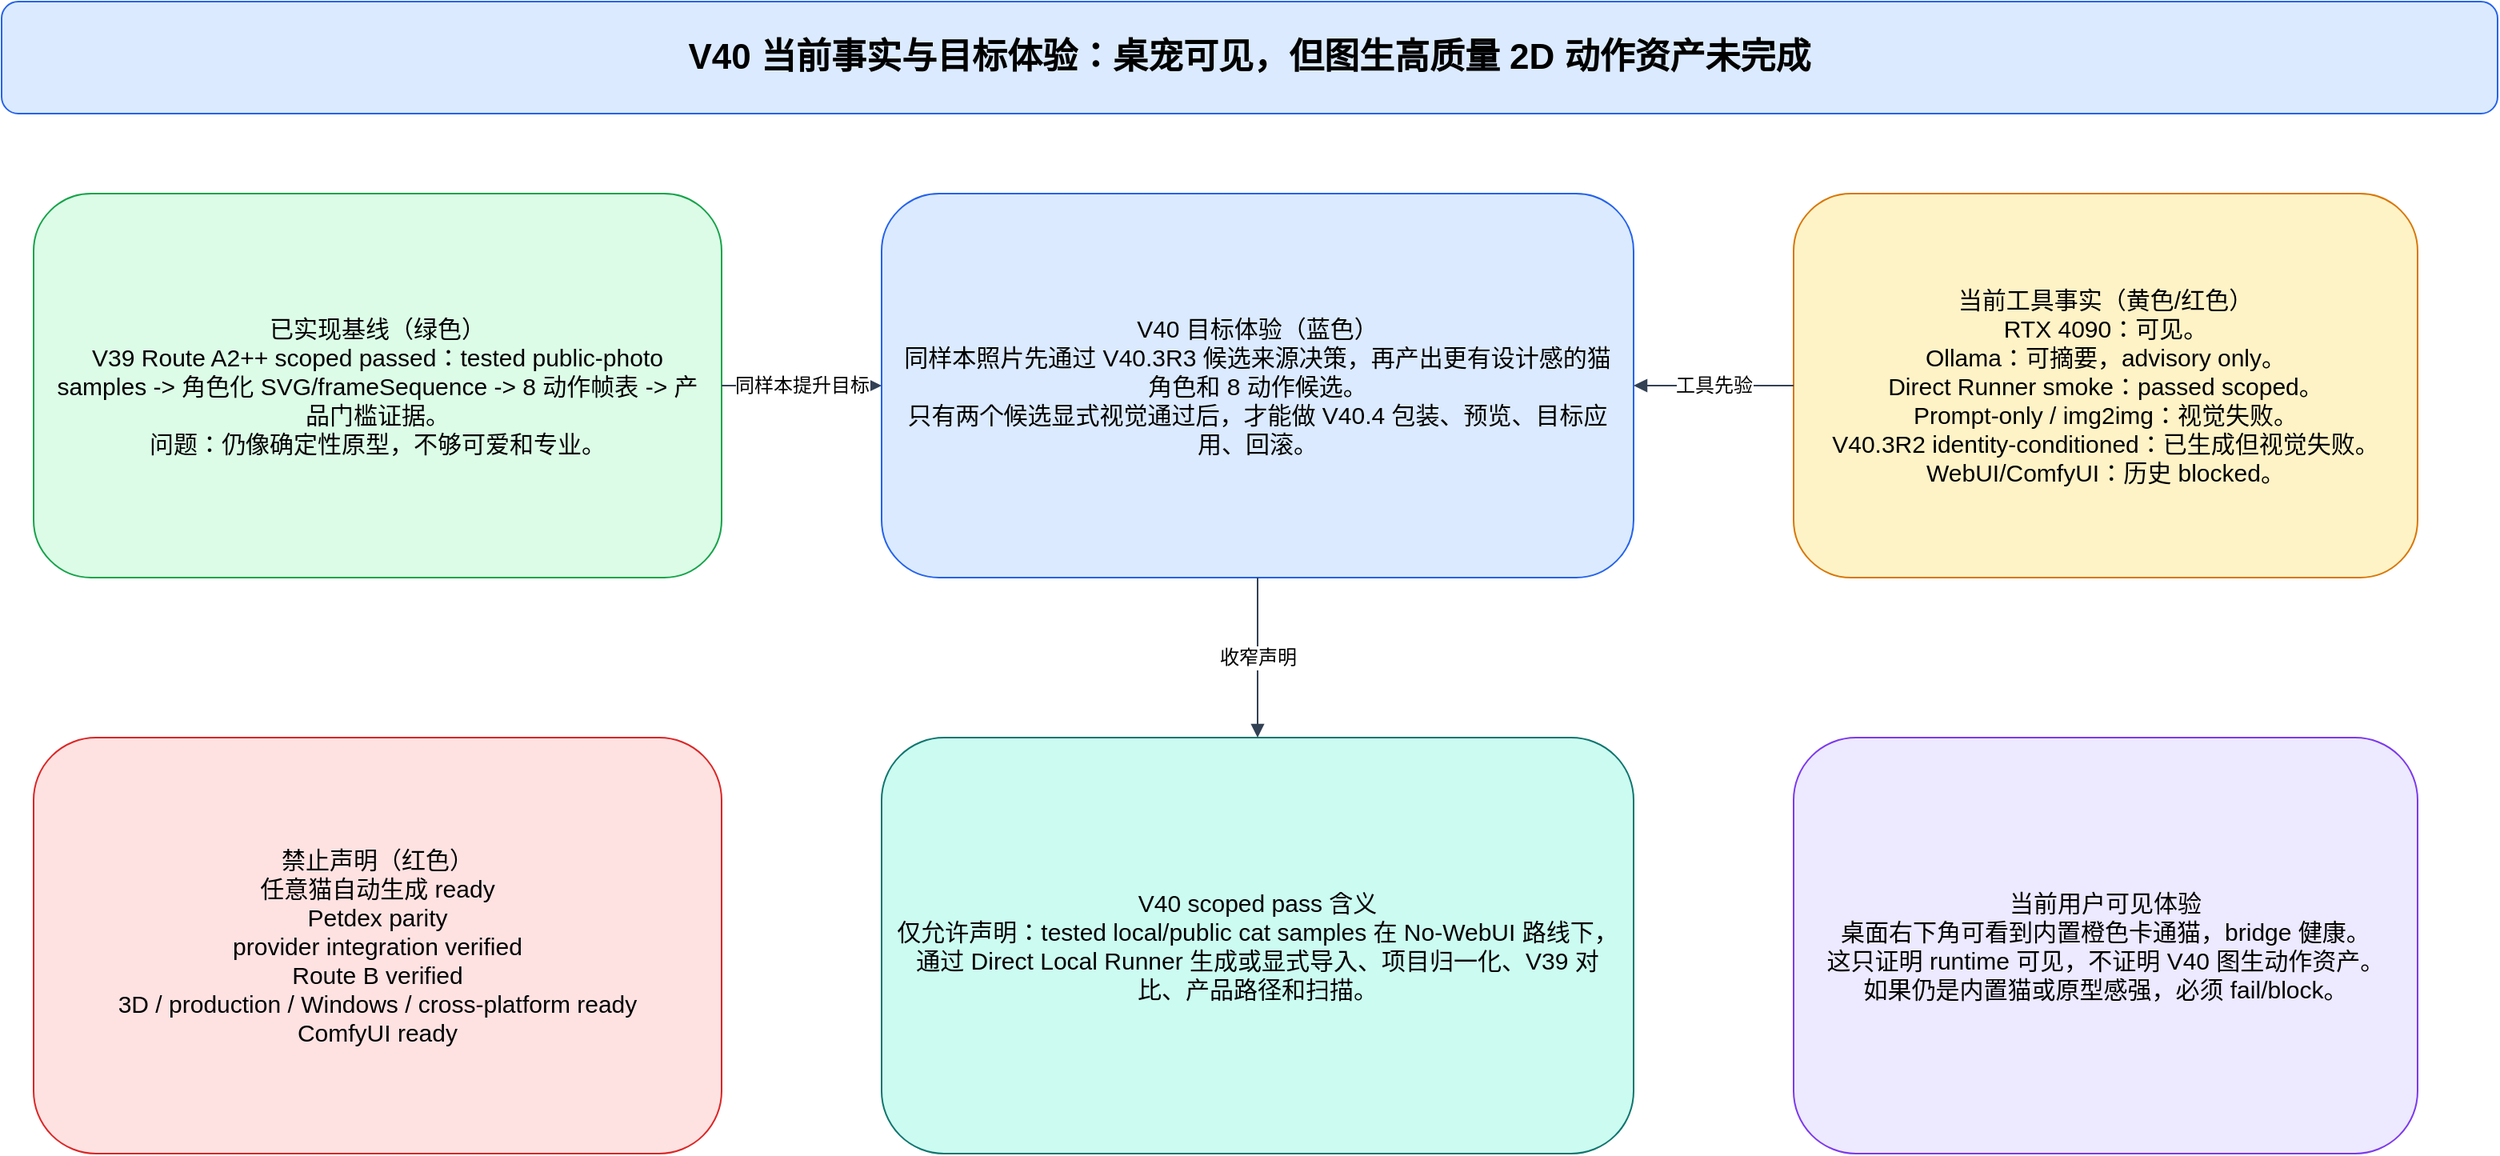
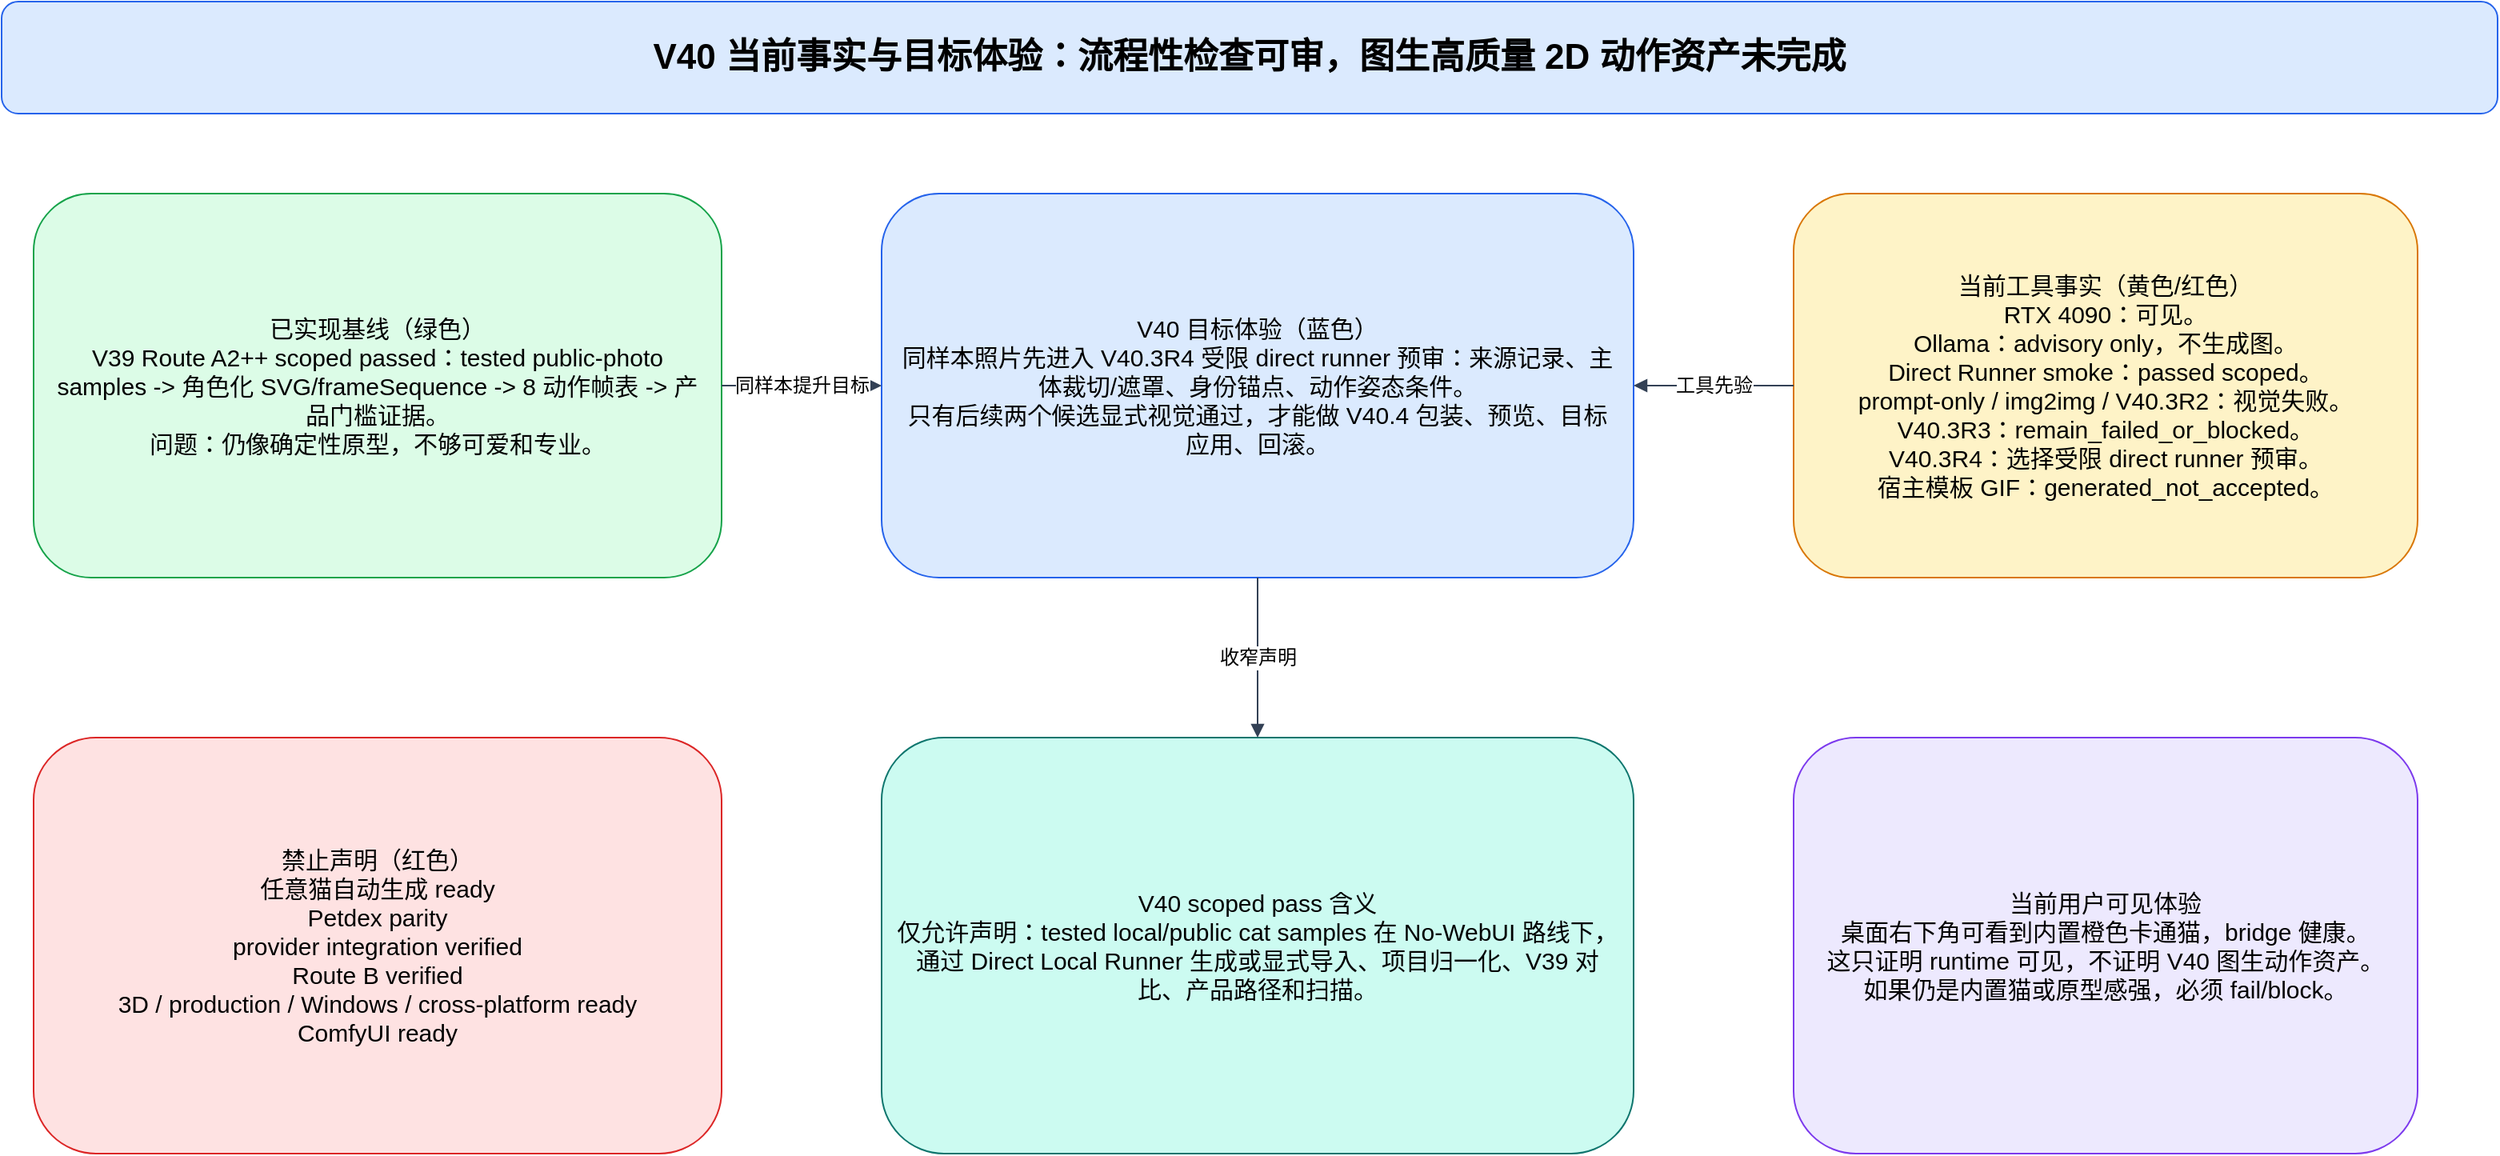
<mxfile host="Electron" agent="Codex" pages="8">
  <diagram id="1 V40目标体验与声明边界" name="1 V40目标体验与声明边界">
    <mxGraphModel dx="1400" dy="900" grid="1" gridSize="10" page="1" pageWidth="1700" pageHeight="1100">
      <root>
        <mxCell id="0" />
        <mxCell id="1" parent="0" />
-         <mxCell id="p1-title" value="V40 当前事实与目标体验：桌宠可见，但图生高质量 2D 动作资产未完成" style="rounded=1;whiteSpace=wrap;html=1;fillColor=#dbeafe;strokeColor=#2563eb;fontSize=22;fontStyle=1;spacing=10;" vertex="1" parent="1">
-           <mxGeometry x="70" y="40" width="1560" height="70" as="geometry" />
-         </mxCell>
-         <mxCell id="p1-v39" value="已实现基线（绿色）&#xa;V39 Route A2++ scoped passed：tested public-photo samples -&gt; 角色化 SVG/frameSequence -&gt; 8 动作帧表 -&gt; 产品门槛证据。&#xa;问题：仍像确定性原型，不够可爱和专业。" style="rounded=1;whiteSpace=wrap;html=1;fillColor=#dcfce7;strokeColor=#16a34a;fontSize=15;spacing=10;" vertex="1" parent="1">
+         <mxCell id="p1-title" value="V40 当前事实与目标体验：流程性检查可审，图生高质量 2D 动作资产未完成" style="rounded=1;whiteSpace=wrap;html=1;fillColor=#dbeafe;strokeColor=#2563eb;fontSize=22;fontStyle=1;spacing=10;" vertex="1" parent="1">
+           <mxGeometry x="70" y="40" width="1560" height="70" as="geometry" />
+         </mxCell>
+         <mxCell id="p1-v39" value="已实现基线（绿色）&#10;V39 Route A2++ scoped passed：tested public-photo samples -&gt; 角色化 SVG/frameSequence -&gt; 8 动作帧表 -&gt; 产品门槛证据。&#10;问题：仍像确定性原型，不够可爱和专业。" style="rounded=1;whiteSpace=wrap;html=1;fillColor=#dcfce7;strokeColor=#16a34a;fontSize=15;spacing=10;" vertex="1" parent="1">
          <mxGeometry x="90" y="160" width="430" height="240" as="geometry" />
        </mxCell>
-         <mxCell id="p1-target" value="V40 目标体验（蓝色）&#xa;同样本照片先通过 V40.3R3 候选来源决策，再产出更有设计感的猫角色和 8 动作候选。&#xa;只有两个候选显式视觉通过后，才能做 V40.4 包装、预览、目标应用、回滚。" style="rounded=1;whiteSpace=wrap;html=1;fillColor=#dbeafe;strokeColor=#2563eb;fontSize=15;spacing=10;" vertex="1" parent="1">
+         <mxCell id="p1-target" value="V40 目标体验（蓝色）&#10;同样本照片先进入 V40.3R4 受限 direct runner 预审：来源记录、主体裁切/遮罩、身份锚点、动作姿态条件。&#10;只有后续两个候选显式视觉通过，才能做 V40.4 包装、预览、目标应用、回滚。" style="rounded=1;whiteSpace=wrap;html=1;fillColor=#dbeafe;strokeColor=#2563eb;fontSize=15;spacing=10;" vertex="1" parent="1">
          <mxGeometry x="620" y="160" width="470" height="240" as="geometry" />
        </mxCell>
-         <mxCell id="p1-tools" value="当前工具事实（黄色/红色）&#xa;RTX 4090：可见。&#xa;Ollama：可摘要，advisory only。&#xa;Direct Runner smoke：passed scoped。&#xa;Prompt-only / img2img：视觉失败。&#xa;V40.3R2 identity-conditioned：已生成但视觉失败。&#xa;WebUI/ComfyUI：历史 blocked。" style="rounded=1;whiteSpace=wrap;html=1;fillColor=#fef3c7;strokeColor=#d97706;fontSize=15;spacing=10;" vertex="1" parent="1">
+         <mxCell id="p1-tools" value="当前工具事实（黄色/红色）&#10;RTX 4090：可见。&#10;Ollama：advisory only，不生成图。&#10;Direct Runner smoke：passed scoped。&#10;prompt-only / img2img / V40.3R2：视觉失败。&#10;V40.3R3：remain_failed_or_blocked。&#10;V40.3R4：选择受限 direct runner 预审。&#10;宿主模板 GIF：generated_not_accepted。" style="rounded=1;whiteSpace=wrap;html=1;fillColor=#fef3c7;strokeColor=#d97706;fontSize=15;spacing=10;" vertex="1" parent="1">
          <mxGeometry x="1190" y="160" width="390" height="240" as="geometry" />
        </mxCell>
-         <mxCell id="p1-no" value="禁止声明（红色）&#xa;任意猫自动生成 ready&#xa;Petdex parity&#xa;provider integration verified&#xa;Route B verified&#xa;3D / production / Windows / cross-platform ready&#xa;ComfyUI ready" style="rounded=1;whiteSpace=wrap;html=1;fillColor=#fee2e2;strokeColor=#dc2626;fontSize=15;spacing=10;" vertex="1" parent="1">
+         <mxCell id="p1-no" value="禁止声明（红色）&#10;任意猫自动生成 ready&#10;Petdex parity&#10;provider integration verified&#10;Route B verified&#10;3D / production / Windows / cross-platform ready&#10;ComfyUI ready" style="rounded=1;whiteSpace=wrap;html=1;fillColor=#fee2e2;strokeColor=#dc2626;fontSize=15;spacing=10;" vertex="1" parent="1">
          <mxGeometry x="90" y="500" width="430" height="260" as="geometry" />
        </mxCell>
-         <mxCell id="p1-pass" value="V40 scoped pass 含义&#xa;仅允许声明：tested local/public cat samples 在 No-WebUI 路线下，通过 Direct Local Runner 生成或显式导入、项目归一化、V39 对比、产品路径和扫描。" style="rounded=1;whiteSpace=wrap;html=1;fillColor=#ccfbf1;strokeColor=#0f766e;fontSize=15;spacing=10;" vertex="1" parent="1">
+         <mxCell id="p1-pass" value="V40 scoped pass 含义&#10;仅允许声明：tested local/public cat samples 在 No-WebUI 路线下，通过 Direct Local Runner 生成或显式导入、项目归一化、V39 对比、产品路径和扫描。" style="rounded=1;whiteSpace=wrap;html=1;fillColor=#ccfbf1;strokeColor=#0f766e;fontSize=15;spacing=10;" vertex="1" parent="1">
          <mxGeometry x="620" y="500" width="470" height="260" as="geometry" />
        </mxCell>
-         <mxCell id="p1-user" value="当前用户可见体验&#xa;桌面右下角可看到内置橙色卡通猫，bridge 健康。&#xa;这只证明 runtime 可见，不证明 V40 图生动作资产。&#xa;如果仍是内置猫或原型感强，必须 fail/block。" style="rounded=1;whiteSpace=wrap;html=1;fillColor=#ede9fe;strokeColor=#7c3aed;fontSize=15;spacing=10;" vertex="1" parent="1">
+         <mxCell id="p1-user" value="当前用户可见体验&#10;桌面右下角可看到内置橙色卡通猫，bridge 健康。&#10;这只证明 runtime 可见，不证明 V40 图生动作资产。&#10;如果仍是内置猫或原型感强，必须 fail/block。" style="rounded=1;whiteSpace=wrap;html=1;fillColor=#ede9fe;strokeColor=#7c3aed;fontSize=15;spacing=10;" vertex="1" parent="1">
          <mxGeometry x="1190" y="500" width="390" height="260" as="geometry" />
        </mxCell>
        <mxCell id="p1-e1" value="同样本提升目标" style="edgeStyle=orthogonalEdgeStyle;html=1;strokeColor=#334155;fontSize=12;endArrow=block;endFill=1;" edge="1" parent="1" source="p1-v39" target="p1-target">
          <mxGeometry relative="1" as="geometry" />
        </mxCell>
        <mxCell id="p1-e2" value="工具先验" style="edgeStyle=orthogonalEdgeStyle;html=1;strokeColor=#334155;fontSize=12;endArrow=block;endFill=1;" edge="1" parent="1" source="p1-tools" target="p1-target">
          <mxGeometry relative="1" as="geometry" />
        </mxCell>
        <mxCell id="p1-e3" value="收窄声明" style="edgeStyle=orthogonalEdgeStyle;html=1;strokeColor=#334155;fontSize=12;endArrow=block;endFill=1;" edge="1" parent="1" source="p1-target" target="p1-pass">
          <mxGeometry relative="1" as="geometry" />
        </mxCell>
      </root>
    </mxGraphModel>
  </diagram>
  <diagram id="2 当前架构与目标差异" name="2 当前架构与目标差异">
    <mxGraphModel dx="1653" dy="842" grid="1" gridSize="10" guides="1" tooltips="1" connect="1" arrows="1" fold="1" page="1" pageScale="1" pageWidth="1700" pageHeight="1100" math="0" shadow="0">
      <root>
        <mxCell id="0" />
        <mxCell id="1" parent="0" />
-         <mxCell id="p2-title" parent="1" style="rounded=1;whiteSpace=wrap;html=1;fillColor=#dbeafe;strokeColor=#2563eb;fontSize=22;fontStyle=1;spacing=10;" value="当前架构与 V40.3R3 候选来源决策差异" vertex="1">
+         <mxCell id="p2-title" parent="1" style="rounded=1;whiteSpace=wrap;html=1;fillColor=#dbeafe;strokeColor=#2563eb;fontSize=22;fontStyle=1;spacing=10;" value="当前架构与 V40.3R4 受限 direct runner 差异" vertex="1">
          <mxGeometry height="70" width="1560" x="70" y="40" as="geometry" />
        </mxCell>
-         <mxCell id="p2-current" parent="1" style="rounded=1;whiteSpace=wrap;html=1;fillColor=#dcfce7;strokeColor=#16a34a;fontSize=15;spacing=10;" value="已实现/已通过（绿色）&#xa;v39-characterized-action-assets.ts：V39 fallback。&#xa;v40-direct-local-runner.ts：V40.1A runner readiness passed scoped。&#xa;v40-no-webui-workflow-contract.ts：V40.2 safe contract passed scoped。" vertex="1">
+         <mxCell id="p2-current" parent="1" style="rounded=1;whiteSpace=wrap;html=1;fillColor=#dcfce7;strokeColor=#16a34a;fontSize=15;spacing=10;" value="已实现/已通过（绿色）&#10;v39-characterized-action-assets.ts：V39 fallback。&#10;v40-direct-local-runner.ts：V40.1A runner readiness passed scoped。&#10;v40-no-webui-workflow-contract.ts：V40.2 safe contract passed scoped。" vertex="1">
          <mxGeometry height="260" width="440" x="90" y="160" as="geometry" />
        </mxCell>
-         <mxCell id="p2-blocked" parent="1" style="rounded=1;whiteSpace=wrap;html=1;fillColor=#fee2e2;strokeColor=#dc2626;fontSize=15;spacing=10;" value="已失败/阻塞（红色）&#xa;v40_3_candidate_generation_smoke：prompt-only 视觉失败。&#xa;v40_3r_img2img_recovery_smoke：img2img 视觉失败。&#xa;v40_3r2_identity_conditioned_repair_smoke：生成候选但视觉失败。&#xa;V40.4-V40.7 No-Go。" vertex="1">
+         <mxCell id="p2-blocked" parent="1" style="rounded=1;whiteSpace=wrap;html=1;fillColor=#fee2e2;strokeColor=#dc2626;fontSize=15;spacing=10;" value="已失败/阻塞（红色）&#10;v40_3_candidate_generation_smoke：prompt-only 视觉失败。&#10;v40_3r_img2img_recovery_smoke：img2img 视觉失败。&#10;v40_3r2_identity_conditioned_repair_smoke：生成候选但视觉失败。&#10;V40.4-V40.7 No-Go。" vertex="1">
          <mxGeometry height="260" width="440" x="620" y="160" as="geometry" />
        </mxCell>
-         <mxCell id="p2-target" parent="1" style="rounded=1;whiteSpace=wrap;html=1;fillColor=#dbeafe;strokeColor=#2563eb;fontSize=15;spacing=10;" value="V40.3R3 待闭环（蓝色）&#xa;先决定候选来源：accepted manual/import、materially different direct runner，或 failed/blocked。&#xa;导入必须已有同样本来源、授权、视觉验收证据。&#xa;仍需编排、候选适配、质量门槛和产品门槛。" vertex="1">
+         <mxCell id="p2-target" parent="1" style="rounded=1;whiteSpace=wrap;html=1;fillColor=#dbeafe;strokeColor=#2563eb;fontSize=15;spacing=10;" value="V40.3R4 待闭环（蓝色）&#10;已选择 new_direct_runner_route_allowed。&#10;必须先证明：SourceAndLicenseRecord、SubjectMaskAndCropPlan、IdentityAnchorPack、ActionPoseConditionPack、DirectDiffusersFrameRunner、CandidateQualityReview。&#10;任一缺失则 blocked/failed。" vertex="1">
          <mxGeometry height="260" width="430" x="360" y="500" as="geometry" />
        </mxCell>
-         <mxCell id="p2-gates" parent="1" style="rounded=1;whiteSpace=wrap;html=1;fillColor=#ccfbf1;strokeColor=#0f766e;fontSize=15;spacing=10;" value="项目内验收边界（青色）&#xa;所有 direct-runner/导入候选都必须进入项目内安全引用、8 动作覆盖、非 transform-only、同样本 V39 对比、产品 preview/apply/rollback、claim/security scan。" vertex="1">
+         <mxCell id="p2-gates" parent="1" style="rounded=1;whiteSpace=wrap;html=1;fillColor=#ccfbf1;strokeColor=#0f766e;fontSize=15;spacing=10;" value="项目内验收边界（青色）&#10;所有 direct-runner/导入候选都必须进入项目内安全引用、8 动作覆盖、非 transform-only、同样本 V39 对比、产品 preview/apply/rollback、claim/security scan。" vertex="1">
          <mxGeometry height="210" width="980" x="350" y="820" as="geometry" />
        </mxCell>
        <mxCell id="p2-e1" edge="1" parent="1" source="p2-current" style="edgeStyle=orthogonalEdgeStyle;html=1;strokeColor=#334155;fontSize=12;endArrow=block;endFill=1;" target="p2-target" value="基线复用">
          <mxGeometry relative="1" as="geometry" />
        </mxCell>
        <mxCell id="p2-e2" edge="1" parent="1" source="p2-blocked" style="edgeStyle=orthogonalEdgeStyle;html=1;strokeColor=#dc2626;fontSize=12;endArrow=block;endFill=1;" target="p2-target" value="替换主线">
          <mxGeometry relative="1" as="geometry" />
        </mxCell>
        <mxCell id="p2-e3" edge="1" parent="1" source="p2-target" style="edgeStyle=orthogonalEdgeStyle;html=1;strokeColor=#334155;fontSize=12;endArrow=block;endFill=1;" target="p2-gates" value="统一验收">
          <mxGeometry relative="1" as="geometry" />
        </mxCell>
      </root>
    </mxGraphModel>
  </diagram>
  <diagram id="3 目标架构分层" name="3 目标架构分层">
    <mxGraphModel dx="1653" dy="842" grid="1" gridSize="10" guides="1" tooltips="1" connect="1" arrows="1" fold="1" page="1" pageScale="1" pageWidth="1700" pageHeight="1100" math="0" shadow="0">
      <root>
        <mxCell id="0" />
        <mxCell id="1" parent="0" />
-         <mxCell id="p3-title" parent="1" style="rounded=1;whiteSpace=wrap;html=1;fillColor=#dbeafe;strokeColor=#2563eb;fontSize=22;fontStyle=1;spacing=10;" value="V40.3R3 目标架构：失败路线隔离，候选来源先决策再进入质量门槛" vertex="1">
+         <mxCell id="p3-title" parent="1" style="rounded=1;whiteSpace=wrap;html=1;fillColor=#dbeafe;strokeColor=#2563eb;fontSize=22;fontStyle=1;spacing=10;" value="V40 目标架构：R4 冻结路线，R5/R6 通过后才进入 V40.4" vertex="1">
          <mxGeometry height="70" width="1560" x="70" y="40" as="geometry" />
        </mxCell>
-         <mxCell id="p3-source" parent="1" style="rounded=1;whiteSpace=wrap;html=1;fillColor=#dcfce7;strokeColor=#16a34a;fontSize=15;spacing=10;" value="输入层&#xa;PhotoSafetyIntake&#xa;- tested sample id&#xa;- safe sourceRef&#xa;- consent boundary&#xa;- no raw photo in evidence" vertex="1">
+         <mxCell id="p3-source" parent="1" style="rounded=1;whiteSpace=wrap;html=1;fillColor=#dcfce7;strokeColor=#16a34a;fontSize=15;spacing=10;" value="输入层&#10;PhotoSafetyIntake&#10;- tested sample id&#10;- safe sourceRef&#10;- consent boundary&#10;- no raw photo in evidence" vertex="1">
          <mxGeometry height="230" width="300" x="90" y="170" as="geometry" />
        </mxCell>
-         <mxCell id="p3-webui" parent="1" style="rounded=1;whiteSpace=wrap;html=1;fillColor=#fef3c7;strokeColor=#d97706;fontSize=15;spacing=10;" value="工具层（部分通过）&#xa;DirectLocalModelRunner&#xa;- readiness passed scoped&#xa;- prompt-only failed&#xa;- img2img failed&#xa;- V40.3R2 generated but failed visual review&#xa;V40.3R3 必须先决定下一候选来源。" vertex="1">
+         <mxCell id="p3-webui" parent="1" style="rounded=1;whiteSpace=wrap;html=1;fillColor=#fef3c7;strokeColor=#d97706;fontSize=15;spacing=10;" value="工具层（部分通过/失败隔离）&#10;DirectLocalModelRunner readiness passed scoped。&#10;prompt-only、img2img、V40.3R2 均视觉失败。&#10;V40.3R4 已选受限 direct runner。&#10;V40.3R5 先预审模型/控制/样本。&#10;V40.3R6 再生成候选帧并人审。" vertex="1">
          <mxGeometry height="230" width="300" x="470" y="170" as="geometry" />
        </mxCell>
-         <mxCell id="p3-ollama" parent="1" style="rounded=1;whiteSpace=wrap;html=1;fillColor=#fef3c7;strokeColor=#d97706;fontSize=15;spacing=10;" value="辅助层（advisory）&#xa;OllamaPromptReviewAdapter&#xa;- prompt suggestions&#xa;- rubric notes&#xa;- review summary&#xa;- never approves alone&#xa;- 不替代视觉证据" vertex="1">
+         <mxCell id="p3-ollama" parent="1" style="rounded=1;whiteSpace=wrap;html=1;fillColor=#fef3c7;strokeColor=#d97706;fontSize=15;spacing=10;" value="辅助层（advisory）&#10;OllamaPromptReviewAdapter&#10;- prompt suggestions&#10;- rubric notes&#10;- review summary&#10;- never approves alone&#10;- 不替代视觉证据" vertex="1">
          <mxGeometry height="230" width="300" x="1320" y="170" as="geometry" />
        </mxCell>
-         <mxCell id="p3-project" parent="1" style="rounded=1;whiteSpace=wrap;html=1;fillColor=#dbeafe;strokeColor=#2563eb;fontSize=15;spacing=10;" value="项目质量层（No-Go 前置）&#xa;HybridAssetNormalizationGate&#xa;HybridVisualPreferenceGate&#xa;只有两个 visually accepted same-sample candidates 才能进入。&#xa;检查 8 actions、identity、V39/V40 compare。" vertex="1">
+         <mxCell id="p3-project" parent="1" style="rounded=1;whiteSpace=wrap;html=1;fillColor=#dbeafe;strokeColor=#2563eb;fontSize=15;spacing=10;" value="项目质量层（No-Go 前置）&#10;CandidateSourceReplanGate&#10;HybridAssetNormalizationGate&#10;HybridVisualPreferenceGate&#10;只有两个 visually accepted same-sample candidates 才能进入 V40.4。&#10;检查 8 actions、identity、V39/V40 compare。" vertex="1">
          <mxGeometry height="230" width="300" x="910" y="170" as="geometry" />
        </mxCell>
-         <mxCell id="p3-product" parent="1" style="rounded=1;whiteSpace=wrap;html=1;fillColor=#ccfbf1;strokeColor=#0f766e;fontSize=15;spacing=10;" value="产品层（待解锁）&#xa;HybridPreviewApplyRollbackGate&#xa;- preview&#xa;- target-only apply&#xa;- rollback&#xa;- preserve active pack&#xa;当前未接入 V40 accepted assets。" vertex="1">
+         <mxCell id="p3-product" parent="1" style="rounded=1;whiteSpace=wrap;html=1;fillColor=#ccfbf1;strokeColor=#0f766e;fontSize=15;spacing=10;" value="产品层（待解锁）&#10;HybridPreviewApplyRollbackGate&#10;- preview&#10;- target-only apply&#10;- rollback&#10;- preserve active pack&#10;当前未接入 V40 accepted assets。" vertex="1">
          <mxGeometry height="220" width="300" x="910" y="510" as="geometry" />
        </mxCell>
-         <mxCell id="p3-evidence" parent="1" style="rounded=1;whiteSpace=wrap;html=1;fillColor=#ede9fe;strokeColor=#7c3aed;fontSize=15;spacing=10;" value="证据层（紫色）&#xa;scripts/v40_*.mjs + docs/V40.x/evidence&#xa;- command results&#xa;- screenshots/report&#xa;- scans&#xa;- scoped decision" vertex="1">
+         <mxCell id="p3-evidence" parent="1" style="rounded=1;whiteSpace=wrap;html=1;fillColor=#ede9fe;strokeColor=#7c3aed;fontSize=15;spacing=10;" value="证据层（紫色）&#10;scripts/v40_*.mjs + docs/V40.x/evidence&#10;- command results&#10;- screenshots/report&#10;- scans&#10;- scoped decision" vertex="1">
          <mxGeometry height="220" width="300" x="480" y="510" as="geometry" />
        </mxCell>
        <mxCell id="p3-e1" edge="1" parent="1" source="p3-source" style="edgeStyle=orthogonalEdgeStyle;html=1;strokeColor=#334155;fontSize=12;endArrow=block;endFill=1;" target="p3-webui" value="样本绑定">
          <mxGeometry relative="1" as="geometry" />
        </mxCell>
        <mxCell id="p3-e2" edge="1" parent="1" source="p3-webui" style="edgeStyle=orthogonalEdgeStyle;html=1;strokeColor=#334155;fontSize=12;endArrow=block;endFill=1;" target="p3-project" value="候选生成">
          <mxGeometry relative="1" as="geometry" />
        </mxCell>
        <mxCell id="p3-e3" edge="1" parent="1" source="p3-ollama" style="edgeStyle=orthogonalEdgeStyle;html=1;strokeColor=#d97706;fontSize=12;endArrow=block;endFill=1;" target="p3-project" value="辅助评审">
          <mxGeometry relative="1" as="geometry" />
        </mxCell>
        <mxCell id="p3-e4" edge="1" parent="1" source="p3-project" style="edgeStyle=orthogonalEdgeStyle;html=1;strokeColor=#334155;fontSize=12;endArrow=block;endFill=1;" target="p3-product" value="通过后产品化">
          <mxGeometry relative="1" as="geometry" />
        </mxCell>
        <mxCell id="p3-e5" edge="1" parent="1" source="p3-product" style="edgeStyle=orthogonalEdgeStyle;html=1;strokeColor=#7c3aed;fontSize=12;endArrow=block;endFill=1;" target="p3-evidence" value="全程证据">
          <mxGeometry relative="1" as="geometry" />
        </mxCell>
      </root>
    </mxGraphModel>
  </diagram>
  <diagram id="4 单照片到动作资产技术路径" name="4 单照片到动作资产技术路径">
    <mxGraphModel dx="1400" dy="900" grid="1" gridSize="10" page="1" pageWidth="1700" pageHeight="1100">
      <root>
        <mxCell id="0" />
        <mxCell id="1" parent="0" />
-         <mxCell id="p4-title" value="单照片到 2D 动作资产：当前失败链路与 V40.3R3 候选来源路径" style="rounded=1;whiteSpace=wrap;html=1;fillColor=#dbeafe;strokeColor=#2563eb;fontSize=22;fontStyle=1;spacing=10;" vertex="1" parent="1">
-           <mxGeometry x="70" y="40" width="1560" height="70" as="geometry" />
-         </mxCell>
-         <mxCell id="p4-s1" value="1 安全输入&#xa;tested sample 或 explicit local user sample。&#xa;只记录 sampleId / safe sourceRef。" style="rounded=1;whiteSpace=wrap;html=1;fillColor=#dcfce7;strokeColor=#16a34a;fontSize=15;spacing=10;" vertex="1" parent="1">
+         <mxCell id="p4-title" value="单照片到 2D 动作资产：不是整图变形，而是先理解猫再生成动作帧" style="rounded=1;whiteSpace=wrap;html=1;fillColor=#dbeafe;strokeColor=#2563eb;fontSize=22;fontStyle=1;spacing=10;" vertex="1" parent="1">
+           <mxGeometry x="70" y="40" width="1560" height="70" as="geometry" />
+         </mxCell>
+         <mxCell id="p4-s1" value="1 输入照片 / 样本&#10;输入：真实 tested cat photo 或已授权本地样本。&#10;输出：sampleId + safe sourceRef。&#10;失败：来源/授权不清楚则 blocked。" style="rounded=1;whiteSpace=wrap;html=1;fillColor=#dcfce7;strokeColor=#16a34a;fontSize=15;spacing=10;" vertex="1" parent="1">
          <mxGeometry x="90" y="160" width="260" height="170" as="geometry" />
        </mxCell>
-         <mxCell id="p4-s2" value="2 V39 基线&#xa;读取同样本 V39 character/contact sheet/preview refs。&#xa;作为比较对象，不作 V40 通过证据。" style="rounded=1;whiteSpace=wrap;html=1;fillColor=#dcfce7;strokeColor=#16a34a;fontSize=15;spacing=10;" vertex="1" parent="1">
+         <mxCell id="p4-s2" value="2 同样本 V39 基线&#10;输入：sampleId。&#10;输出：V39 character/contact sheet/preview refs。&#10;用途：后续 V40 必须比它更好；V39 不是 V40 通过证据。" style="rounded=1;whiteSpace=wrap;html=1;fillColor=#dcfce7;strokeColor=#16a34a;fontSize=15;spacing=10;" vertex="1" parent="1">
          <mxGeometry x="420" y="160" width="260" height="170" as="geometry" />
        </mxCell>
-         <mxCell id="p4-s3" value="3 Direct Local Runner&#xa;V40.1A readiness passed scoped。&#xa;它只证明依赖、GPU、模型摘要和安全输出目录，不证明动作资产质量。" style="rounded=1;whiteSpace=wrap;html=1;fillColor=#fef3c7;strokeColor=#d97706;fontSize=15;spacing=10;" vertex="1" parent="1">
+         <mxCell id="p4-s3" value="3 猫主体理解&#10;输入：照片。&#10;输出：SubjectMaskAndCropPlan。&#10;目的：隔离猫身体和轮廓，避免把整张背景图当贴纸扭动。" style="rounded=1;whiteSpace=wrap;html=1;fillColor=#fef3c7;strokeColor=#d97706;fontSize=15;spacing=10;" vertex="1" parent="1">
          <mxGeometry x="750" y="160" width="260" height="170" as="geometry" />
        </mxCell>
-         <mxCell id="p4-s4" value="4 已尝试候选生成&#xa;prompt-only：失败。&#xa;img2img：失败。&#xa;identity-conditioned：V40.3R2 修复后生成，但视觉失败。&#xa;V40.3R3 只能选择可信新来源或保持 failed/blocked。" style="rounded=1;whiteSpace=wrap;html=1;fillColor=#fee2e2;strokeColor=#dc2626;fontSize=15;spacing=10;" vertex="1" parent="1">
+         <mxCell id="p4-s4" value="4 身份锚点 + 动作姿态&#10;输出：IdentityAnchorPack（花色/脸型/比例/尾巴/耳朵）&#10;输出：ActionPoseConditionPack。&#10;V40 资产动作固定：idle/walk/jump/sleep/eat/play/alert/celebrate。&#10;产品状态动作必须映射到这些资产动作。" style="rounded=1;whiteSpace=wrap;html=1;fillColor=#fee2e2;strokeColor=#dc2626;fontSize=15;spacing=10;" vertex="1" parent="1">
          <mxGeometry x="1080" y="160" width="260" height="170" as="geometry" />
        </mxCell>
-         <mxCell id="p4-s5" value="5 Ollama 辅助&#xa;生成 prompt/rubric/review 摘要。&#xa;不能审批资产，不能替代截图或人审。" style="rounded=1;whiteSpace=wrap;html=1;fillColor=#fef3c7;strokeColor=#d97706;fontSize=15;spacing=10;" vertex="1" parent="1">
+         <mxCell id="p4-s5" value="5 本地直接生成&#10;DirectDiffusersFrameRunner 使用本地模型组件。&#10;禁止：WebUI、ComfyUI、云 provider、Ollama 生成图。&#10;Ollama 只可生成 prompt/rubric/review 摘要。" style="rounded=1;whiteSpace=wrap;html=1;fillColor=#fef3c7;strokeColor=#d97706;fontSize=15;spacing=10;" vertex="1" parent="1">
          <mxGeometry x="1410" y="160" width="220" height="170" as="geometry" />
        </mxCell>
-         <mxCell id="p4-s6" value="6 归一化包装（No-Go）&#xa;HybridAssetNormalizationGate 输出安全 manifest / frameSequence。&#xa;当前无 visually accepted V40 candidates，不能启动。" style="rounded=1;whiteSpace=wrap;html=1;fillColor=#dbeafe;strokeColor=#2563eb;fontSize=15;spacing=10;" vertex="1" parent="1">
+         <mxCell id="p4-s6" value="6 候选帧序列&#10;输出：CandidateFrameSequence，按动作保存安全 refs/thumbnails/manifest summary。&#10;不是：单张漂亮图、整图 transform、模板 GIF。" style="rounded=1;whiteSpace=wrap;html=1;fillColor=#dbeafe;strokeColor=#2563eb;fontSize=15;spacing=10;" vertex="1" parent="1">
          <mxGeometry x="260" y="510" width="300" height="190" as="geometry" />
        </mxCell>
-         <mxCell id="p4-s7" value="7 同样本质量比较&#xa;HybridVisualPreferenceGate 比较 V40 vs V39：身份、可爱度、动作语义、小尺寸可读性。" style="rounded=1;whiteSpace=wrap;html=1;fillColor=#dbeafe;strokeColor=#2563eb;fontSize=15;spacing=10;" vertex="1" parent="1">
+         <mxCell id="p4-s7" value="7 质量审查 + V39 对比&#10;CandidateQualityReview 检查：同猫身份、动作可读、小尺寸可爱度、伪影、安全。&#10;V39SameSampleComparison：必须优于同样本 V39。" style="rounded=1;whiteSpace=wrap;html=1;fillColor=#dbeafe;strokeColor=#2563eb;fontSize=15;spacing=10;" vertex="1" parent="1">
          <mxGeometry x="700" y="510" width="300" height="190" as="geometry" />
        </mxCell>
-         <mxCell id="p4-s8" value="8 产品与报告&#xa;HybridPreviewApplyRollbackGate + 中文 HTML。&#xa;通过才可 scoped；否则 blocked/failed。" style="rounded=1;whiteSpace=wrap;html=1;fillColor=#ccfbf1;strokeColor=#0f766e;fontSize=15;spacing=10;" vertex="1" parent="1">
+         <mxCell id="p4-s8" value="8 产品包装（仍 No-Go）&#10;V40.3R5 预审通过 + V40.3R6 两个同样本候选视觉通过后，才能进入 V40.4 包装、preview/apply/rollback、中文 HTML。&#10;否则 failed/blocked。" style="rounded=1;whiteSpace=wrap;html=1;fillColor=#ccfbf1;strokeColor=#0f766e;fontSize=15;spacing=10;" vertex="1" parent="1">
          <mxGeometry x="1140" y="510" width="300" height="190" as="geometry" />
        </mxCell>
      </root>
    </mxGraphModel>
  </diagram>
  <diagram id="5 代码实体与数据流" name="5 代码实体与数据流">
    <mxGraphModel dx="1400" dy="900" grid="1" gridSize="10" page="1" pageWidth="1700" pageHeight="1100">
      <root>
        <mxCell id="0" />
        <mxCell id="1" parent="0" />
-         <mxCell id="p5-title" value="V40 代码实体与数据流：已通过合同、失败候选、待修复门槛" style="rounded=1;whiteSpace=wrap;html=1;fillColor=#dbeafe;strokeColor=#2563eb;fontSize=22;fontStyle=1;spacing=10;" vertex="1" parent="1">
-           <mxGeometry x="70" y="40" width="1560" height="70" as="geometry" />
-         </mxCell>
-         <mxCell id="p5-v39" value="已实现复用&#xa;v39-characterized-action-assets.ts&#xa;V39 same-sample baseline / fallback。&#xa;不得把 V39 当成 V40 高质量图生结果。" style="rounded=1;whiteSpace=wrap;html=1;fillColor=#dcfce7;strokeColor=#16a34a;fontSize=15;spacing=10;" vertex="1" parent="1">
+         <mxCell id="p5-title" value="V40 代码实体与数据流：从照片到候选动作帧的审计链路" style="rounded=1;whiteSpace=wrap;html=1;fillColor=#dbeafe;strokeColor=#2563eb;fontSize=22;fontStyle=1;spacing=10;" vertex="1" parent="1">
+           <mxGeometry x="70" y="40" width="1560" height="70" as="geometry" />
+         </mxCell>
+         <mxCell id="p5-v39" value="已实现复用&#10;v39-characterized-action-assets.ts&#10;提供 same-sample V39 baseline / fallback。&#10;角色：比较对象和回退，不是 V40 生成结果。" style="rounded=1;whiteSpace=wrap;html=1;fillColor=#dcfce7;strokeColor=#16a34a;fontSize=15;spacing=10;" vertex="1" parent="1">
          <mxGeometry x="90" y="150" width="350" height="210" as="geometry" />
        </mxCell>
-         <mxCell id="p5-orch" value="已实现合同 / 待编排&#xa;v40-no-webui-workflow-contract.ts passed scoped。&#xa;仍需 LocalImageCandidateOrchestrator 绑定 sampleId、baselineV39Ref、route、runId、reasonCodes。" style="rounded=1;whiteSpace=wrap;html=1;fillColor=#dbeafe;strokeColor=#2563eb;fontSize=15;spacing=10;" vertex="1" parent="1">
+         <mxCell id="p5-orch" value="待编排控制器&#10;LocalImageCandidateOrchestrator&#10;绑定 sampleId、baselineV39Ref、route、runId、reasonCodes。&#10;拒绝无 source/mask/identity/action 预审的运行。" style="rounded=1;whiteSpace=wrap;html=1;fillColor=#dbeafe;strokeColor=#2563eb;fontSize=15;spacing=10;" vertex="1" parent="1">
          <mxGeometry x="500" y="150" width="350" height="210" as="geometry" />
        </mxCell>
-         <mxCell id="p5-webui" value="部分已实现 / 当前失败&#xa;v40-direct-local-runner.ts：readiness passed。&#xa;scripts/v40_direct_runner_generate_candidates.py：prompt-only failed。&#xa;scripts/v40_direct_runner_img2img_candidates.py：img2img failed。&#xa;scripts/v40_direct_runner_ip_adapter_candidates.py：V40.3R2 generated but visual failed。" style="rounded=1;whiteSpace=wrap;html=1;fillColor=#fef3c7;strokeColor=#d97706;fontSize=15;spacing=10;" vertex="1" parent="1">
+         <mxCell id="p5-webui" value="输入与预审实体&#10;PhotoSafetyIntake&#10;SourceAndLicenseRecord&#10;SubjectMaskAndCropPlan&#10;IdentityAnchorPack&#10;ActionPoseConditionPack&#10;作用：让模型知道是哪只猫、做什么动作。" style="rounded=1;whiteSpace=wrap;html=1;fillColor=#fef3c7;strokeColor=#d97706;fontSize=15;spacing=10;" vertex="1" parent="1">
          <mxGeometry x="910" y="150" width="350" height="210" as="geometry" />
        </mxCell>
-         <mxCell id="p5-ollama" value="待新增&#xa;v40-ollama-prompt-review.ts&#xa;OllamaPromptReviewAdapter&#xa;只输出 advisory summary，不能设置 accepted。" style="rounded=1;whiteSpace=wrap;html=1;fillColor=#fef3c7;strokeColor=#d97706;fontSize=15;spacing=10;" vertex="1" parent="1">
+         <mxCell id="p5-ollama" value="生成与文本辅助&#10;DirectDiffusersFrameRunner：本地模型帧生成。&#10;OllamaPromptReviewAdapter：advisory only，只给文本建议。&#10;禁止：WebUI/ComfyUI/云 provider/Ollama 生图。" style="rounded=1;whiteSpace=wrap;html=1;fillColor=#fef3c7;strokeColor=#d97706;fontSize=15;spacing=10;" vertex="1" parent="1">
          <mxGeometry x="1320" y="150" width="280" height="210" as="geometry" />
        </mxCell>
-         <mxCell id="p5-gates" value="待解锁&#xa;v40-hybrid-normalization.ts + v40-hybrid-visual-preference.ts&#xa;进入条件：两个 same-sample candidates 视觉通过。&#xa;检查 safe refs、8 actions、identity、not transform-only、better_than_v39。" style="rounded=1;whiteSpace=wrap;html=1;fillColor=#dbeafe;strokeColor=#2563eb;fontSize=15;spacing=10;" vertex="1" parent="1">
+         <mxCell id="p5-gates" value="输出与质量门&#10;CandidateFrameSequence：动作帧候选。&#10;CandidateQualityReview：拒绝身份漂移、照片卡、动作弱、伪影。&#10;V39SameSampleComparison：必须优于 V39。" style="rounded=1;whiteSpace=wrap;html=1;fillColor=#dbeafe;strokeColor=#2563eb;fontSize=15;spacing=10;" vertex="1" parent="1">
          <mxGeometry x="300" y="510" width="470" height="210" as="geometry" />
        </mxCell>
-         <mxCell id="p5-product" value="待解锁&#xa;v40-product-preview-apply-rollback.ts + settings UI anchors&#xa;只接收 accepted candidates。&#xa;当前桌宠可运行但仍是内置橙色猫，不是 V40 应用结果。" style="rounded=1;whiteSpace=wrap;html=1;fillColor=#ccfbf1;strokeColor=#0f766e;fontSize=15;spacing=10;" vertex="1" parent="1">
+         <mxCell id="p5-product" value="产品路径（待解锁）&#10;HybridAssetNormalizationGate + preview/apply/rollback。&#10;进入条件：V40.3R5 预审通过，V40.3R6 至少两个 same-sample 候选显式视觉通过。&#10;当前内置橙色猫只证明 runtime 可见。" style="rounded=1;whiteSpace=wrap;html=1;fillColor=#ccfbf1;strokeColor=#0f766e;fontSize=15;spacing=10;" vertex="1" parent="1">
          <mxGeometry x="910" y="510" width="470" height="210" as="geometry" />
        </mxCell>
-         <mxCell id="p5-e1" value="baseline refs" style="edgeStyle=orthogonalEdgeStyle;html=1;strokeColor=#334155;fontSize=12;endArrow=block;endFill=1;" edge="1" parent="1" source="p5-v39" target="p5-orch">
-           <mxGeometry relative="1" as="geometry" />
-         </mxCell>
-         <mxCell id="p5-e2" value="run request" style="edgeStyle=orthogonalEdgeStyle;html=1;strokeColor=#334155;fontSize=12;endArrow=block;endFill=1;" edge="1" parent="1" source="p5-orch" target="p5-webui">
-           <mxGeometry relative="1" as="geometry" />
-         </mxCell>
-         <mxCell id="p5-e3" value="advisory review" style="edgeStyle=orthogonalEdgeStyle;html=1;strokeColor=#d97706;fontSize=12;endArrow=block;endFill=1;" edge="1" parent="1" source="p5-ollama" target="p5-gates">
-           <mxGeometry relative="1" as="geometry" />
-         </mxCell>
-         <mxCell id="p5-e4" value="candidate refs" style="edgeStyle=orthogonalEdgeStyle;html=1;strokeColor=#334155;fontSize=12;endArrow=block;endFill=1;" edge="1" parent="1" source="p5-webui" target="p5-gates">
-           <mxGeometry relative="1" as="geometry" />
-         </mxCell>
-         <mxCell id="p5-e5" value="accepted only" style="edgeStyle=orthogonalEdgeStyle;html=1;strokeColor=#334155;fontSize=12;endArrow=block;endFill=1;" edge="1" parent="1" source="p5-gates" target="p5-product">
+         <mxCell id="p5-e1" value="safe source + sampleId" style="edgeStyle=orthogonalEdgeStyle;html=1;strokeColor=#334155;fontSize=12;endArrow=block;endFill=1;" edge="1" parent="1" source="p5-v39" target="p5-orch">
+           <mxGeometry relative="1" as="geometry" />
+         </mxCell>
+         <mxCell id="p5-e2" value="mask + identity + action controls" style="edgeStyle=orthogonalEdgeStyle;html=1;strokeColor=#334155;fontSize=12;endArrow=block;endFill=1;" edge="1" parent="1" source="p5-orch" target="p5-webui">
+           <mxGeometry relative="1" as="geometry" />
+         </mxCell>
+         <mxCell id="p5-e3" value="local generated frame refs" style="edgeStyle=orthogonalEdgeStyle;html=1;strokeColor=#d97706;fontSize=12;endArrow=block;endFill=1;" edge="1" parent="1" source="p5-ollama" target="p5-gates">
+           <mxGeometry relative="1" as="geometry" />
+         </mxCell>
+         <mxCell id="p5-e4" value="quality review + V39 comparison" style="edgeStyle=orthogonalEdgeStyle;html=1;strokeColor=#334155;fontSize=12;endArrow=block;endFill=1;" edge="1" parent="1" source="p5-webui" target="p5-gates">
+           <mxGeometry relative="1" as="geometry" />
+         </mxCell>
+         <mxCell id="p5-e5" value="only accepted candidates enter product gate" style="edgeStyle=orthogonalEdgeStyle;html=1;strokeColor=#334155;fontSize=12;endArrow=block;endFill=1;" edge="1" parent="1" source="p5-gates" target="p5-product">
          <mxGeometry relative="1" as="geometry" />
        </mxCell>
      </root>
    </mxGraphModel>
  </diagram>
  <diagram id="6 开发及阶段验收计划" name="6 开发及阶段验收计划">
    <mxGraphModel dx="1400" dy="900" grid="1" gridSize="10" page="1" pageWidth="1700" pageHeight="1100">
      <root>
        <mxCell id="0" />
        <mxCell id="1" parent="0" />
-         <mxCell id="p6-title" value="V40 开发及阶段验收计划：当前进入 V40.3R3 候选来源决策门槛" style="rounded=1;whiteSpace=wrap;html=1;fillColor=#dbeafe;strokeColor=#2563eb;fontSize=22;fontStyle=1;spacing=10;" vertex="1" parent="1">
-           <mxGeometry x="70" y="40" width="1560" height="70" as="geometry" />
-         </mxCell>
-         <mxCell id="p6-1" value="V40.1 已完成&#xa;ComfyUI blocked baseline。&#xa;出门：保留 evidence，不作为 readiness。" style="rounded=1;whiteSpace=wrap;html=1;fillColor=#fee2e2;strokeColor=#dc2626;fontSize=14;spacing=10;" vertex="1" parent="1">
+         <mxCell id="p6-title" value="V40 开发及阶段验收计划：R4 文档路线 -&gt; R5 预审 -&gt; R6 候选生成 -&gt; V40.4" style="rounded=1;whiteSpace=wrap;html=1;fillColor=#dbeafe;strokeColor=#2563eb;fontSize=22;fontStyle=1;spacing=10;" vertex="1" parent="1">
+           <mxGeometry x="70" y="40" width="1560" height="70" as="geometry" />
+         </mxCell>
+         <mxCell id="p6-1" value="V40.1 已完成&#10;ComfyUI blocked baseline。&#10;出门：保留 evidence，不作为 readiness。" style="rounded=1;whiteSpace=wrap;html=1;fillColor=#fee2e2;strokeColor=#dc2626;fontSize=14;spacing=10;" vertex="1" parent="1">
          <mxGeometry x="80" y="150" width="250" height="160" as="geometry" />
        </mxCell>
-         <mxCell id="p6-1a" value="V40.1A Direct Runner smoke&#xa;passed scoped：验证项目自有 runner、GPU、依赖、模型摘要、安全输出目录。&#xa;不证明生成质量。" style="rounded=1;whiteSpace=wrap;html=1;fillColor=#dcfce7;strokeColor=#16a34a;fontSize=14;spacing=10;" vertex="1" parent="1">
+         <mxCell id="p6-1a" value="V40.1A Direct Runner smoke&#10;passed scoped：验证项目自有 runner、GPU、依赖、模型摘要、安全输出目录。&#10;不证明生成质量。" style="rounded=1;whiteSpace=wrap;html=1;fillColor=#dcfce7;strokeColor=#16a34a;fontSize=14;spacing=10;" vertex="1" parent="1">
          <mxGeometry x="390" y="150" width="250" height="160" as="geometry" />
        </mxCell>
-         <mxCell id="p6-2" value="V40.2 合同&#xa;passed scoped：No-WebUI run request、candidate summary、reason codes、safe refs。&#xa;出门：安全单测。" style="rounded=1;whiteSpace=wrap;html=1;fillColor=#dcfce7;strokeColor=#16a34a;fontSize=14;spacing=10;" vertex="1" parent="1">
+         <mxCell id="p6-2" value="V40.2 合同&#10;passed scoped：No-WebUI run request、candidate summary、reason codes、safe refs。&#10;出门：安全单测。" style="rounded=1;whiteSpace=wrap;html=1;fillColor=#dcfce7;strokeColor=#16a34a;fontSize=14;spacing=10;" vertex="1" parent="1">
          <mxGeometry x="700" y="150" width="250" height="160" as="geometry" />
        </mxCell>
-         <mxCell id="p6-3" value="V40.3 / V40.3R / V40.3R2&#xa;failed/blocked：prompt-only failed；img2img failed；identity-conditioned generated but visual failed。&#xa;不能进入 V40.4。" style="rounded=1;whiteSpace=wrap;html=1;fillColor=#fee2e2;strokeColor=#dc2626;fontSize=14;spacing=10;" vertex="1" parent="1">
+         <mxCell id="p6-3" value="V40.3 / V40.3R / V40.3R2&#10;failed/blocked：prompt-only failed；img2img failed；identity-conditioned generated but visual failed。&#10;不能进入 V40.4。" style="rounded=1;whiteSpace=wrap;html=1;fillColor=#fee2e2;strokeColor=#dc2626;fontSize=14;spacing=10;" vertex="1" parent="1">
          <mxGeometry x="1010" y="150" width="250" height="160" as="geometry" />
        </mxCell>
-         <mxCell id="p6-4" value="V40.3R3 当前门槛&#xa;文档先闭环：accepted manual/import、materially different runner，或 failed/blocked。&#xa;import fallback 只有在来源/授权/视觉验收证据齐全时启用。&#xa;出门：PRD/架构/drawio/scans 一致，且不虚假解锁 V40.4。" style="rounded=1;whiteSpace=wrap;html=1;fillColor=#fef3c7;strokeColor=#d97706;fontSize=14;spacing=10;" vertex="1" parent="1">
+         <mxCell id="p6-4" value="V40.3R4 当前门槛&#10;文档已选择受限 direct runner。&#10;出门：PRD/架构/drawio/scans 一致。&#10;不能生成资产，不能解锁 V40.4。&#10;下一步必须进入 V40.3R5 预开发审计。" style="rounded=1;whiteSpace=wrap;html=1;fillColor=#fef3c7;strokeColor=#d97706;fontSize=14;spacing=10;" vertex="1" parent="1">
          <mxGeometry x="1320" y="150" width="250" height="160" as="geometry" />
        </mxCell>
-         <mxCell id="p6-5" value="V40.4 包装与质量（No-Go）&#xa;安全 manifest / 8 actions / V39 comparison / non-transform-only。&#xa;进入条件：两个视觉通过候选。" style="rounded=1;whiteSpace=wrap;html=1;fillColor=#dbeafe;strokeColor=#2563eb;fontSize=14;spacing=10;" vertex="1" parent="1">
+         <mxCell id="p6-5" value="V40.3R5 预开发审计&#10;证明：source/license、sample matrix、local model/control、mask/crop、identity anchors、action pose controls、安全 runner、visual rubric。&#10;还必须记录动作映射：product states -&gt; V40 asset actions。&#10;缺一项即 blocked/failed。" style="rounded=1;whiteSpace=wrap;html=1;fillColor=#dbeafe;strokeColor=#2563eb;fontSize=14;spacing=10;" vertex="1" parent="1">
          <mxGeometry x="390" y="500" width="280" height="170" as="geometry" />
        </mxCell>
-         <mxCell id="p6-6" value="V40.5 产品路径（No-Go）&#xa;preview、target-only apply、rollback；失败不污染 active pack。&#xa;进入条件：V40.4 passed。" style="rounded=1;whiteSpace=wrap;html=1;fillColor=#ccfbf1;strokeColor=#0f766e;fontSize=14;spacing=10;" vertex="1" parent="1">
+         <mxCell id="p6-6" value="V40.3R6 候选帧生成&#10;只在 R5 passed 后执行。&#10;输出 CandidateFrameSequence + CandidateQualityReview + V39SameSampleComparison。&#10;两个同样本视觉通过才允许 V40.4。" style="rounded=1;whiteSpace=wrap;html=1;fillColor=#ccfbf1;strokeColor=#0f766e;fontSize=14;spacing=10;" vertex="1" parent="1">
          <mxGeometry x="710" y="500" width="280" height="170" as="geometry" />
        </mxCell>
-         <mxCell id="p6-7" value="V40.6 / V40.7（No-Go）&#xa;中文 HTML、截图、V39/V40 对比、全量 baseline、PRD/spec review、claim/security scan。&#xa;进入条件：V40.5 passed。" style="rounded=1;whiteSpace=wrap;html=1;fillColor=#ede9fe;strokeColor=#7c3aed;fontSize=14;spacing=10;" vertex="1" parent="1">
+         <mxCell id="p6-7" value="V40.4-V40.7（No-Go）&#10;V40.4 包装与 8 动作覆盖；V40.5 preview/apply/rollback；V40.6 中文 HTML；V40.7 final gate。&#10;进入条件：R6 两个视觉通过候选。" style="rounded=1;whiteSpace=wrap;html=1;fillColor=#ede9fe;strokeColor=#7c3aed;fontSize=14;spacing=10;" vertex="1" parent="1">
          <mxGeometry x="1030" y="500" width="280" height="170" as="geometry" />
        </mxCell>
      </root>
    </mxGraphModel>
  </diagram>
  <diagram id="7 项目里程碑与风险闭环" name="7 项目里程碑与风险闭环">
    <mxGraphModel dx="1400" dy="900" grid="1" gridSize="10" page="1" pageWidth="1700" pageHeight="1100">
      <root>
        <mxCell id="0" />
        <mxCell id="1" parent="0" />
        <mxCell id="p7-title" value="V40 项目里程碑与风险闭环：已失败路线不能被当成通过路线" style="rounded=1;whiteSpace=wrap;html=1;fillColor=#dbeafe;strokeColor=#2563eb;fontSize=22;fontStyle=1;spacing=10;" vertex="1" parent="1">
          <mxGeometry x="70" y="40" width="1560" height="70" as="geometry" />
        </mxCell>
-         <mxCell id="p7-m1" value="M1 已完成/需同步&#xa;PRD/架构/计划/验收/drawio 全部指向 V40 no-WebUI。&#xa;本轮修订重点：同步 V40.3R2 failed 与 V40.3R3 候选来源门槛。" style="rounded=1;whiteSpace=wrap;html=1;fillColor=#dbeafe;strokeColor=#2563eb;fontSize=15;spacing=10;" vertex="1" parent="1">
+         <mxCell id="p7-m1" value="M1 已完成/需同步&#10;PRD/架构/计划/验收/drawio 全部指向 V40 no-WebUI。&#10;本轮修订重点：同步 V40.3R2 failed 与 V40.3R4 候选来源门槛。" style="rounded=1;whiteSpace=wrap;html=1;fillColor=#dbeafe;strokeColor=#2563eb;fontSize=15;spacing=10;" vertex="1" parent="1">
          <mxGeometry x="90" y="160" width="340" height="190" as="geometry" />
        </mxCell>
-         <mxCell id="p7-m2" value="M2 Direct Runner readiness&#xa;passed scoped。&#xa;风险已暴露：模型/路线不适合动作资产，不能把 readiness 当质量通过。" style="rounded=1;whiteSpace=wrap;html=1;fillColor=#dcfce7;strokeColor=#16a34a;fontSize=15;spacing=10;" vertex="1" parent="1">
+         <mxCell id="p7-m2" value="M2 Direct Runner readiness&#10;passed scoped。&#10;风险已暴露：模型/路线不适合动作资产，不能把 readiness 当质量通过。" style="rounded=1;whiteSpace=wrap;html=1;fillColor=#dcfce7;strokeColor=#16a34a;fontSize=15;spacing=10;" vertex="1" parent="1">
          <mxGeometry x="500" y="160" width="340" height="190" as="geometry" />
        </mxCell>
-         <mxCell id="p7-m3" value="M3 候选质量提升&#xa;当前 failed/blocked。&#xa;prompt-only 与 img2img 未达目标体验；identity-conditioned 修复后仍视觉失败。&#xa;下一步是 V40.3R3 选择可信候选来源。" style="rounded=1;whiteSpace=wrap;html=1;fillColor=#fee2e2;strokeColor=#dc2626;fontSize=15;spacing=10;" vertex="1" parent="1">
+         <mxCell id="p7-m3" value="M3 候选质量提升&#10;当前 failed/blocked。&#10;prompt-only、img2img、V40.3R2 均未达目标体验。&#10;V40.3R4 选择受限 direct runner，但只能先做预审，不能声明资产 ready。" style="rounded=1;whiteSpace=wrap;html=1;fillColor=#fee2e2;strokeColor=#dc2626;fontSize=15;spacing=10;" vertex="1" parent="1">
          <mxGeometry x="910" y="160" width="340" height="190" as="geometry" />
        </mxCell>
-         <mxCell id="p7-m4" value="M4 产品闭环&#xa;当前 No-Go。&#xa;只有 accepted candidates 才能 preview/apply/rollback；当前桌面猫仍是内置资产。" style="rounded=1;whiteSpace=wrap;html=1;fillColor=#ccfbf1;strokeColor=#0f766e;fontSize=15;spacing=10;" vertex="1" parent="1">
+         <mxCell id="p7-m4" value="M4 产品闭环&#10;当前 No-Go。&#10;只有 accepted candidates 才能 preview/apply/rollback；当前桌面猫仍是内置资产。" style="rounded=1;whiteSpace=wrap;html=1;fillColor=#ccfbf1;strokeColor=#0f766e;fontSize=15;spacing=10;" vertex="1" parent="1">
          <mxGeometry x="1320" y="160" width="260" height="190" as="geometry" />
        </mxCell>
-         <mxCell id="p7-risk" value="高风险闭环&#xa;1 Prompt-only / img2img / V40.3R2 已失败：不得重写成通过。&#xa;2 V40.3R3 必须先选可信候选来源。&#xa;3 导入路线：仅在来源/授权/同样本/视觉验收证据齐全时启用。&#xa;4 Ollama 被过度信任：advisory only。&#xa;5 没有两个视觉通过候选：V40.4-V40.7 No-Go。&#xa;6 证据泄露路径/提示词/图片：security fail。" style="rounded=1;whiteSpace=wrap;html=1;fillColor=#fee2e2;strokeColor=#dc2626;fontSize=15;spacing=10;" vertex="1" parent="1">
+         <mxCell id="p7-risk" value="高风险闭环&#10;1 已失败路线不得重写成通过。&#10;2 V40.3R4 只冻结受限 direct runner。&#10;3 V40.3R5 缺少来源、遮罩、身份锚点、动作姿态或本地控制组件即 blocked/failed。&#10;4 V40.3R6 不得产出整图 transform / 模板 GIF / photo-card。&#10;5 没有两个视觉通过候选：V40.4-V40.7 No-Go。&#10;6 证据泄露路径/提示词/图片：security fail。" style="rounded=1;whiteSpace=wrap;html=1;fillColor=#fee2e2;strokeColor=#dc2626;fontSize=15;spacing=10;" vertex="1" parent="1">
          <mxGeometry x="250" y="520" width="1200" height="240" as="geometry" />
        </mxCell>
      </root>
    </mxGraphModel>
  </diagram>
  <diagram id="8 验收门槛与出门条件" name="8 验收门槛与出门条件">
    <mxGraphModel dx="1400" dy="900" grid="1" gridSize="10" page="1" pageWidth="1700" pageHeight="1100">
      <root>
        <mxCell id="0" />
        <mxCell id="1" parent="0" />
        <mxCell id="p8-title" value="V40 No-WebUI 验收门槛与出门条件：体验可见、证据真实、声明收窄" style="rounded=1;whiteSpace=wrap;html=1;fillColor=#dbeafe;strokeColor=#2563eb;fontSize=22;fontStyle=1;spacing=10;" vertex="1" parent="1">
          <mxGeometry x="70" y="40" width="1560" height="70" as="geometry" />
        </mxCell>
-         <mxCell id="p8-user" value="用户体验门槛（青色）&#xa;- 能看到源样本、V39 对照和 V40 候选&#xa;- 8 动作在桌宠尺寸可读&#xa;- 角色比 V39 更有设计感&#xa;- 可预览、可目标应用、可回滚&#xa;- 当前内置橙色猫只算 runtime 可见，不算 V40 资产通过" style="rounded=1;whiteSpace=wrap;html=1;fillColor=#ccfbf1;strokeColor=#0f766e;fontSize=15;spacing=10;" vertex="1" parent="1">
+         <mxCell id="p8-user" value="用户体验门槛（青色）&#10;- 能看到源样本、V39 对照和 V40 候选&#10;- 8 动作在桌宠尺寸可读&#10;- 角色比 V39 更有设计感&#10;- 可预览、可目标应用、可回滚&#10;- 当前内置橙色猫只算 runtime 可见，不算 V40 资产通过" style="rounded=1;whiteSpace=wrap;html=1;fillColor=#ccfbf1;strokeColor=#0f766e;fontSize=15;spacing=10;" vertex="1" parent="1">
          <mxGeometry x="90" y="170" width="430" height="280" as="geometry" />
        </mxCell>
-         <mxCell id="p8-tech" value="技术门槛（蓝色）&#xa;- Direct Runner/model smoke 已通过但不是质量通过&#xa;- Ollama 仅辅助 prompt/rubric&#xa;- V40.3R3 先做候选来源决策&#xa;- accepted import 只在证据齐全时启用&#xa;- 输出归一化为安全 manifest&#xa;- 拒绝 raw path/prompt/payload/image&#xa;- 不污染 active pack" style="rounded=1;whiteSpace=wrap;html=1;fillColor=#dbeafe;strokeColor=#2563eb;fontSize=15;spacing=10;" vertex="1" parent="1">
+         <mxCell id="p8-tech" value="技术门槛（蓝色）&#10;- Direct Runner smoke 不是质量通过&#10;- Ollama 仅辅助文本审查&#10;- V40.3R4 已选受限 direct runner&#10;- V40.3R5 必须有 source/license、mask/crop、identity anchors、action pose controls、动作映射&#10;- 输出归一化为安全 manifest&#10;- 拒绝 raw path/prompt/payload/image&#10;- 不污染 active pack" style="rounded=1;whiteSpace=wrap;html=1;fillColor=#dbeafe;strokeColor=#2563eb;fontSize=15;spacing=10;" vertex="1" parent="1">
          <mxGeometry x="630" y="170" width="430" height="280" as="geometry" />
        </mxCell>
-         <mxCell id="p8-quality" value="质量门槛（黄色）&#xa;- same-sample V39/V40 对比&#xa;- 身份一致性&#xa;- 非 transform-only&#xa;- 动作语义明确&#xa;- human preference gate&#xa;- 视觉不佳必须 fail/block" style="rounded=1;whiteSpace=wrap;html=1;fillColor=#fef3c7;strokeColor=#d97706;fontSize=15;spacing=10;" vertex="1" parent="1">
+         <mxCell id="p8-quality" value="质量门槛（黄色）&#10;- same-sample V39/V40 对比&#10;- 身份一致性&#10;- 非 transform-only&#10;- 动作语义明确&#10;- human preference gate&#10;- 视觉不佳必须 fail/block" style="rounded=1;whiteSpace=wrap;html=1;fillColor=#fef3c7;strokeColor=#d97706;fontSize=15;spacing=10;" vertex="1" parent="1">
          <mxGeometry x="1170" y="170" width="430" height="280" as="geometry" />
        </mxCell>
-         <mxCell id="p8-exit" value="Final gate 出门条件（紫色）&#xa;1 V40.3R3 选定可信候选来源：accepted import 或 materially different runner。&#xa;2 两个候选均显式视觉通过，并优于同样本 V39。&#xa;3 V40.4 安全包装和动作覆盖通过。&#xa;4 产品 preview/apply/rollback 通过。&#xa;5 HTML 报告可读且证据非空。&#xa;6 claim/security scan 通过。&#xa;7 只给 scoped claim；否则 failed/blocked。" style="rounded=1;whiteSpace=wrap;html=1;fillColor=#ede9fe;strokeColor=#7c3aed;fontSize=15;spacing=10;" vertex="1" parent="1">
+         <mxCell id="p8-exit" value="Final gate 出门条件（紫色）&#10;1 V40.3R4 文档路线一致。&#10;2 V40.3R5 受限 direct runner 预审通过。&#10;3 V40.3R6 两个同样本候选显式视觉通过，并优于 V39。&#10;4 V40.4 安全包装和 8 动作覆盖通过。&#10;5 产品 preview/apply/rollback 通过。&#10;6 HTML 报告可读且证据非空。&#10;7 claim/security scan 通过；否则 failed/blocked。" style="rounded=1;whiteSpace=wrap;html=1;fillColor=#ede9fe;strokeColor=#7c3aed;fontSize=15;spacing=10;" vertex="1" parent="1">
          <mxGeometry x="260" y="570" width="1180" height="250" as="geometry" />
        </mxCell>
      </root>
    </mxGraphModel>
  </diagram>
- </mxfile>
+ </mxfile>